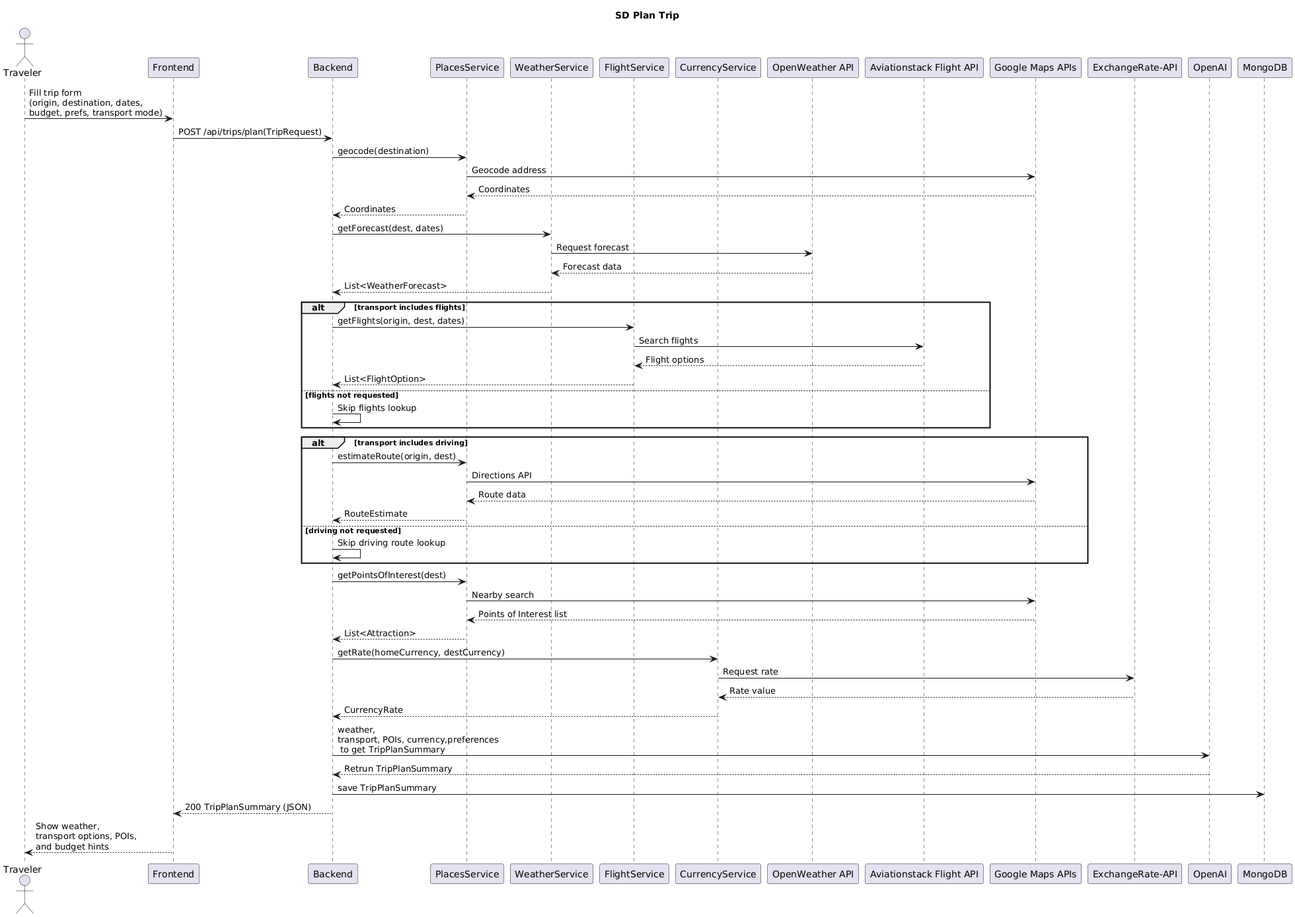
28tan/AI-travel-planner keeps this PlantUML diagram as DeliverableII/Images/SequenceDiagrams-SD2-Plan-Trip.png. Above is the earlier version. Source of this version:
```plantuml
@startuml
title SD Plan Trip

actor Traveler as User
participant Frontend
participant Backend
participant PlacesService
participant WeatherService
participant FlightService
participant CurrencyService
participant "OpenWeather API" as OpenWeather
participant "Aviationstack Flight API" as Aviationstack
participant "Google Maps APIs" as GoogleMaps
participant "ExchangeRate-API" as FX
participant OpenAI as AI
participant MongoDB as Mongo


User -> Frontend: Fill trip form\n(origin, destination, dates,\nbudget, prefs, transport mode)
Frontend -> Backend: POST /api/trips/plan(TripRequest)

Backend -> PlacesService: geocode(destination)
PlacesService -> GoogleMaps: Geocode address
GoogleMaps --> PlacesService: Coordinates
PlacesService --> Backend: Coordinates

Backend -> WeatherService: getForecast(dest, dates)
WeatherService -> OpenWeather: Request forecast
OpenWeather --> WeatherService: Forecast data
WeatherService --> Backend: List<WeatherForecast>

alt transport includes flights
  Backend -> FlightService: getFlights(origin, dest, dates)
  FlightService -> Aviationstack: Search flights
  Aviationstack --> FlightService: Flight options
  FlightService --> Backend: List<FlightOption>
else flights not requested
  Backend -> Backend: Skip flights lookup
end

alt transport includes driving
  Backend -> PlacesService: estimateRoute(origin, dest)
  PlacesService -> GoogleMaps: Directions API
  GoogleMaps --> PlacesService: Route data
  PlacesService --> Backend: RouteEstimate
else driving not requested
  Backend -> Backend: Skip driving route lookup
end

Backend -> PlacesService: getPointsOfInterest(dest)
PlacesService -> GoogleMaps: Nearby search
GoogleMaps --> PlacesService: Points of Interest list
PlacesService --> Backend: List<Attraction>

Backend -> CurrencyService: getRate(homeCurrency, destCurrency)
CurrencyService -> FX: Request rate
FX --> CurrencyService: Rate value
CurrencyService --> Backend: CurrencyRate
Backend -> AI:  weather,\ntransport, POIs, currency,preferences\n to get TripPlanSummary
AI --> Backend: Retrun TripPlanSummary
Backend -> Mongo: save TripPlanSummary

Backend --> Frontend: 200 TripPlanSummary (JSON)
Frontend --> User: Show weather,\ntransport options, POIs,\nand budget hints
@enduml
```
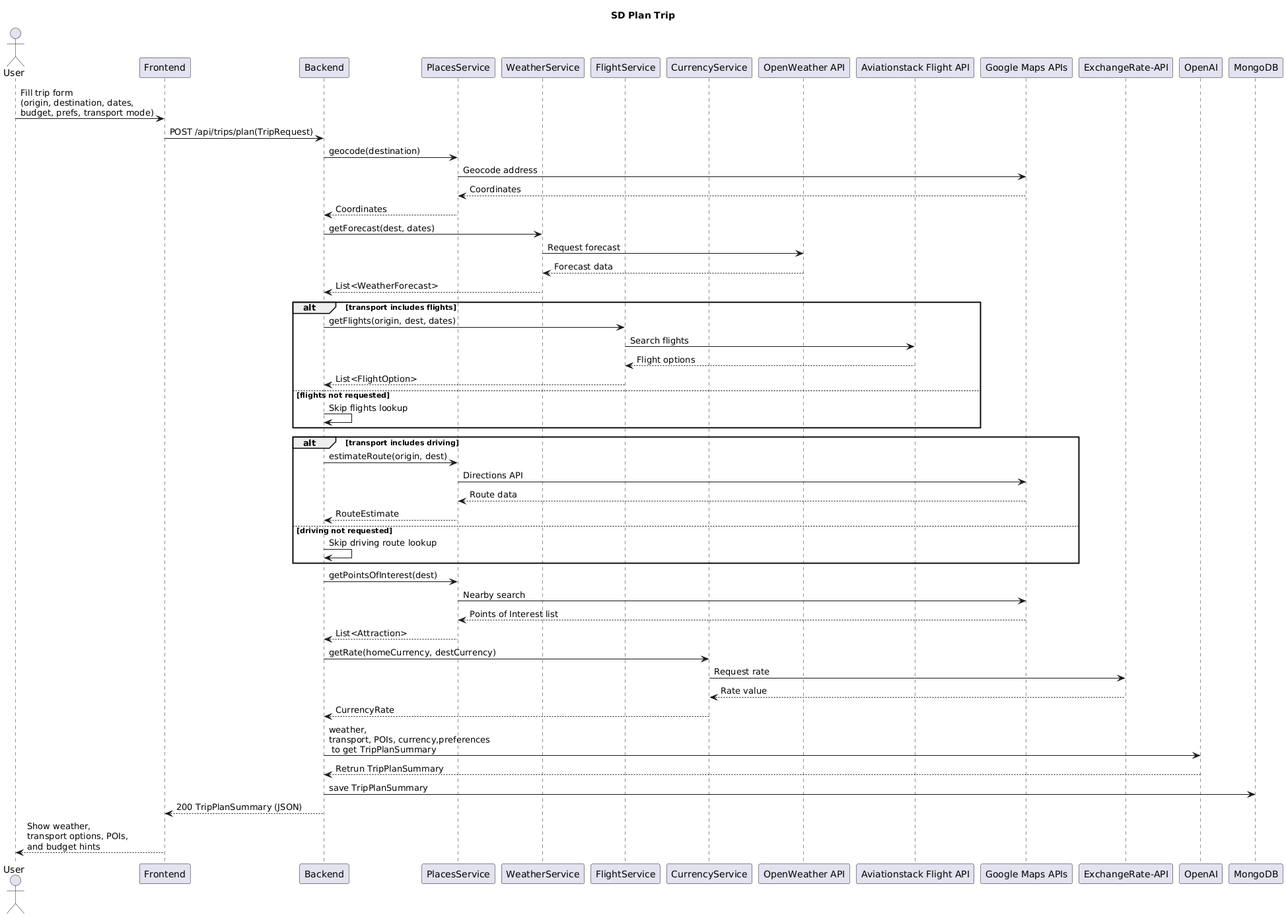
After the commit.

Diff of the diagram source:
```diff
@@ -1,7 +1,7 @@
 @startuml
 title SD Plan Trip
 
-actor Traveler as User
+actor User as User
 participant Frontend
 participant Backend
 participant PlacesService
```
